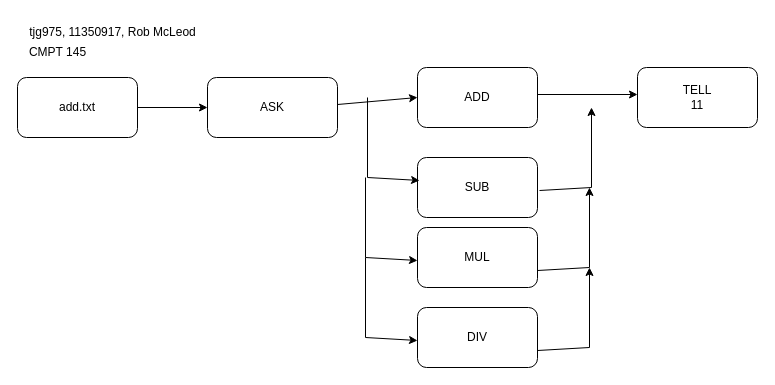
This is A1q2.drawio from Robby-M/thezombie, a draw.io file, before an edit. Source tidied: cells renumbered, new cells numbered last; positions are measured from the earlier drawing's top-left corner, leaving out a move shared by most shapes. Both pictures are drawn from the tidied source at 100%, with x=0, y=0 at pixel (17, 17).
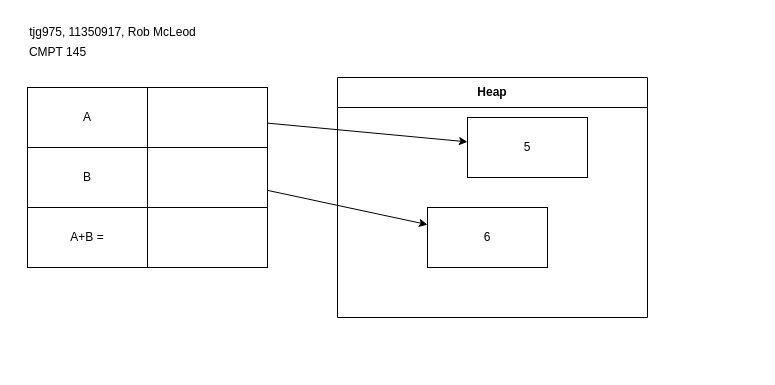
After the change.

What changed in the source:
```diff
@@
-    <mxCell id="2" value="add.txt" style="rounded=1;whiteSpace=wrap;html=1;" parent="1" vertex="1">
-      <mxGeometry y="60" width="120" height="60" as="geometry" />
-    </mxCell>
-    <mxCell id="3" value="ASK" style="rounded=1;whiteSpace=wrap;html=1;" parent="1" vertex="1">
-      <mxGeometry x="190" y="60" width="130" height="60" as="geometry" />
-    </mxCell>
-    <mxCell id="4" value="&lt;div&gt;ADD&lt;/div&gt;" style="rounded=1;whiteSpace=wrap;html=1;" parent="1" vertex="1">
-      <mxGeometry x="400" y="50" width="120" height="60" as="geometry" />
-    </mxCell>
-    <mxCell id="5" style="endArrow=classic;html=1;rounded=0;exitX=1;exitY=0.5;exitDx=0;exitDy=0;" parent="1" edge="1" source="2">
-      <mxGeometry relative="1" as="geometry">
-        <mxPoint x="190" y="90" as="targetPoint" />
-      </mxGeometry>
-    </mxCell>
-    <mxCell id="6" value="SUB" style="rounded=1;whiteSpace=wrap;html=1;" parent="1" vertex="1">
-      <mxGeometry x="400" y="140" width="120" height="60" as="geometry" />
-    </mxCell>
-    <mxCell id="7" style="endArrow=classic;html=1;rounded=0;entryX=0;entryY=0.5;entryDx=0;entryDy=0;exitX=1;exitY=0.617;exitDx=0;exitDy=0;exitPerimeter=0;" parent="1" edge="1" target="4">
-      <mxGeometry relative="1" as="geometry">
-        <mxPoint x="320" y="87" as="sourcePoint" />
-      </mxGeometry>
-    </mxCell>
-    <mxCell id="8" style="endArrow=classic;html=1;rounded=0;entryX=0.017;entryY=0.383;entryDx=0;entryDy=0;entryPerimeter=0;" parent="1" edge="1" target="6">
-      <mxGeometry relative="1" as="geometry">
-        <mxPoint x="350" y="80" as="sourcePoint" />
-        <Array as="points">
-          <mxPoint x="350" y="160" />
-        </Array>
-      </mxGeometry>
-    </mxCell>
-    <mxCell id="9" style="endArrow=classic;html=1;rounded=0;entryX=0.017;entryY=0.383;entryDx=0;entryDy=0;entryPerimeter=0;" parent="1" edge="1">
-      <mxGeometry relative="1" as="geometry">
-        <mxPoint x="348" y="160" as="sourcePoint" />
-        <mxPoint x="400" y="243" as="targetPoint" />
-        <Array as="points">
-          <mxPoint x="348" y="240" />
-        </Array>
-      </mxGeometry>
-    </mxCell>
-    <mxCell id="10" value="MUL" style="rounded=1;whiteSpace=wrap;html=1;" parent="1" vertex="1">
-      <mxGeometry x="400" y="210" width="120" height="60" as="geometry" />
-    </mxCell>
-    <mxCell id="11" style="endArrow=classic;html=1;rounded=0;entryX=0.017;entryY=0.383;entryDx=0;entryDy=0;entryPerimeter=0;" parent="1" edge="1">
-      <mxGeometry relative="1" as="geometry">
-        <mxPoint x="348" y="240" as="sourcePoint" />
-        <mxPoint x="400" y="323" as="targetPoint" />
-        <Array as="points">
-          <mxPoint x="348" y="320" />
-        </Array>
-      </mxGeometry>
-    </mxCell>
-    <mxCell id="12" value="DIV" style="rounded=1;whiteSpace=wrap;html=1;" parent="1" vertex="1">
-      <mxGeometry x="400" y="290" width="120" height="60" as="geometry" />
-    </mxCell>
-    <mxCell id="13" style="endArrow=classic;html=1;rounded=0;entryX=0.017;entryY=0.383;entryDx=0;entryDy=0;entryPerimeter=0;" parent="1" edge="1">
-      <mxGeometry relative="1" as="geometry">
-        <mxPoint x="522" y="173" as="sourcePoint" />
-        <mxPoint x="574" y="90" as="targetPoint" />
-        <Array as="points">
-          <mxPoint x="574" y="170" />
-        </Array>
-      </mxGeometry>
-    </mxCell>
-    <mxCell id="14" style="endArrow=classic;html=1;rounded=0;entryX=0.017;entryY=0.383;entryDx=0;entryDy=0;entryPerimeter=0;" parent="1" edge="1">
-      <mxGeometry relative="1" as="geometry">
-        <mxPoint x="520" y="253" as="sourcePoint" />
-        <mxPoint x="572" y="170" as="targetPoint" />
-        <Array as="points">
-          <mxPoint x="572" y="250" />
-        </Array>
-      </mxGeometry>
-    </mxCell>
-    <mxCell id="15" style="endArrow=classic;html=1;rounded=0;entryX=0.017;entryY=0.383;entryDx=0;entryDy=0;entryPerimeter=0;" parent="1" edge="1">
-      <mxGeometry relative="1" as="geometry">
-        <mxPoint x="520" y="333" as="sourcePoint" />
-        <mxPoint x="572" y="250" as="targetPoint" />
-        <Array as="points">
-          <mxPoint x="572" y="330" />
-        </Array>
-      </mxGeometry>
-    </mxCell>
-    <mxCell id="16" style="endArrow=classic;html=1;rounded=0;exitX=1;exitY=0.617;exitDx=0;exitDy=0;exitPerimeter=0;" parent="1" edge="1">
-      <mxGeometry relative="1" as="geometry">
-        <mxPoint x="520" y="77" as="sourcePoint" />
-        <mxPoint x="620" y="77" as="targetPoint" />
-      </mxGeometry>
-    </mxCell>
-    <mxCell id="17" value="&lt;div&gt;TELL&lt;/div&gt;&lt;div&gt;11&lt;br&gt;&lt;/div&gt;" style="rounded=1;whiteSpace=wrap;html=1;" parent="1" vertex="1">
-      <mxGeometry x="620" y="50" width="120" height="60" as="geometry" />
-    </mxCell>
@@
+    <mxCell id="20" value="&lt;div&gt;A&lt;/div&gt;" style="rounded=0;whiteSpace=wrap;html=1;" parent="1" vertex="1">
+      <mxGeometry x="10" y="70" width="120" height="60" as="geometry" />
+    </mxCell>
+    <mxCell id="21" value="B" style="rounded=0;whiteSpace=wrap;html=1;" parent="1" vertex="1">
+      <mxGeometry x="10" y="130" width="120" height="60" as="geometry" />
+    </mxCell>
+    <mxCell id="22" style="rounded=0;whiteSpace=wrap;html=1;" parent="1" vertex="1">
+      <mxGeometry x="130" y="70" width="120" height="60" as="geometry" />
+    </mxCell>
+    <mxCell id="23" style="rounded=0;whiteSpace=wrap;html=1;" parent="1" vertex="1">
+      <mxGeometry x="130" y="130" width="120" height="60" as="geometry" />
+    </mxCell>
+    <mxCell id="24" value="Heap" style="swimlane;whiteSpace=wrap;html=1;startSize=30;" parent="1" vertex="1">
+      <mxGeometry x="320" y="60" width="310" height="240" as="geometry" />
+    </mxCell>
+    <mxCell id="25" value="&lt;div&gt;5&lt;/div&gt;" style="rounded=0;whiteSpace=wrap;html=1;" parent="24" vertex="1">
+      <mxGeometry x="130" y="40" width="120" height="60" as="geometry" />
+    </mxCell>
+    <mxCell id="26" value="6" style="rounded=0;whiteSpace=wrap;html=1;" parent="24" vertex="1">
+      <mxGeometry x="90" y="130" width="120" height="60" as="geometry" />
+    </mxCell>
+    <mxCell id="27" style="endArrow=classic;html=1;rounded=0;" parent="1" edge="1" source="22" target="25">
+      <mxGeometry relative="1" as="geometry" />
+    </mxCell>
+    <mxCell id="28" style="endArrow=classic;html=1;rounded=0;" parent="1" edge="1" source="23" target="26">
+      <mxGeometry relative="1" as="geometry" />
+    </mxCell>
+    <mxCell id="29" value="A+B =" style="rounded=0;whiteSpace=wrap;html=1;" parent="1" vertex="1">
+      <mxGeometry x="10" y="190" width="120" height="60" as="geometry" />
+    </mxCell>
+    <mxCell id="30" style="rounded=0;whiteSpace=wrap;html=1;" parent="1" vertex="1">
+      <mxGeometry x="130" y="190" width="120" height="60" as="geometry" />
+    </mxCell>
```
